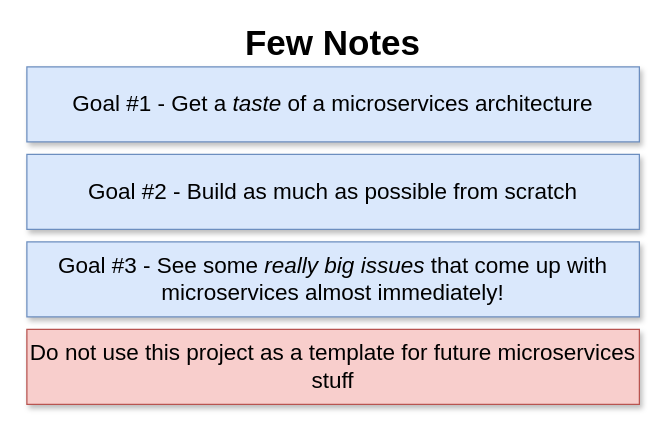
Earlier version of the draw.io diagram page "02 - disclaimer" (1 of 9) of diagrams/02/diagrams.drawio (HappySuzuki/microservices-cast). Source tidied: cells renumbered, new cells numbered last; positions are measured from the earlier drawing's top-left corner, leaving out a move shared by most shapes. Both pictures are drawn from the tidied source at 125%, with x=0, y=0 at pixel (26, 24).
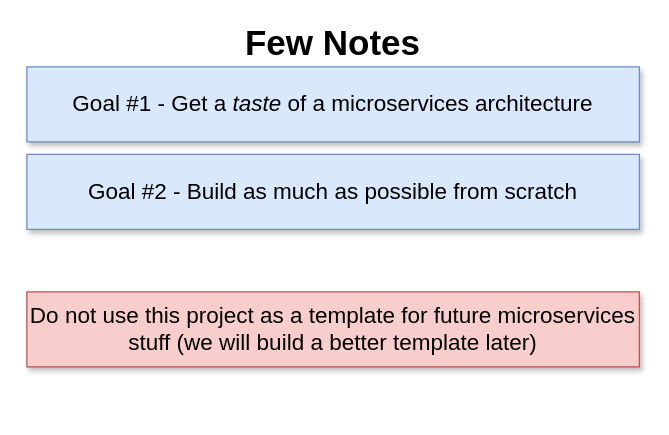
The same diagram, later.

Change to the diagram source:
```diff
@@
 <mxGraphModel>
   <root>
     <mxCell id="0" />
     <mxCell id="1" parent="0" />
     <mxCell id="2" value="Few Notes" style="text;html=1;strokeColor=none;fillColor=none;align=center;verticalAlign=middle;whiteSpace=wrap;rounded=0;fontSize=28;fontStyle=1;" parent="1" vertex="1">
       <mxGeometry x="140" width="210" height="30" as="geometry" />
     </mxCell>
     <mxCell id="3" value="Goal #1 - Get a &lt;i style=&quot;font-size: 18px;&quot;&gt;taste&lt;/i&gt; of a microservices architecture" style="rounded=0;whiteSpace=wrap;html=1;fontSize=18;align=center;fillColor=#dae8fc;strokeColor=#6c8ebf;shadow=1;" parent="1" vertex="1">
       <mxGeometry y="34" width="490" height="60" as="geometry" />
     </mxCell>
     <mxCell id="4" value="Goal #2 - Build as much as possible from scratch" style="rounded=0;whiteSpace=wrap;html=1;fontSize=18;align=center;fillColor=#dae8fc;strokeColor=#6c8ebf;shadow=1;" parent="1" vertex="1">
       <mxGeometry y="104" width="490" height="60" as="geometry" />
     </mxCell>
-    <mxCell id="5" value="Goal #3 - See some &lt;i style=&quot;font-size: 18px;&quot;&gt;really big issues&lt;/i&gt;&amp;nbsp;that come up with microservices almost immediately!" style="rounded=0;whiteSpace=wrap;html=1;fontSize=18;align=center;fillColor=#dae8fc;strokeColor=#6c8ebf;shadow=1;" parent="1" vertex="1">
-      <mxGeometry y="174" width="490" height="60" as="geometry" />
-    </mxCell>
-    <mxCell id="6" value="Do not use this project as a template for future microservices stuff" style="rounded=0;whiteSpace=wrap;html=1;fontSize=18;align=center;fillColor=#f8cecc;strokeColor=#b85450;shadow=1;" parent="1" vertex="1">
-      <mxGeometry y="244" width="490" height="60" as="geometry" />
+    <mxCell id="6" value="Do not use this project as a template for future microservices stuff (we will build a better template later)" style="rounded=0;whiteSpace=wrap;html=1;fontSize=18;align=center;fillColor=#f8cecc;strokeColor=#b85450;shadow=1;" parent="1" vertex="1">
+      <mxGeometry y="214" width="490" height="60" as="geometry" />
     </mxCell>
   </root>
 </mxGraphModel>
```
